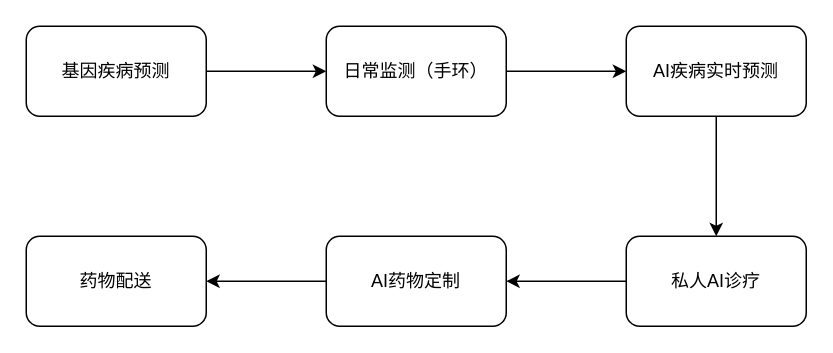
The draw.io diagram Doctor Jarvis业务流程.drawio in x1528045870/x1528045870, before the edit. Source tidied: cells renumbered, new cells numbered last; positions are measured from the earlier drawing's top-left corner, leaving out a move shared by most shapes. Both pictures are drawn from the tidied source at 150%, with x=0, y=0 at pixel (26, 26).
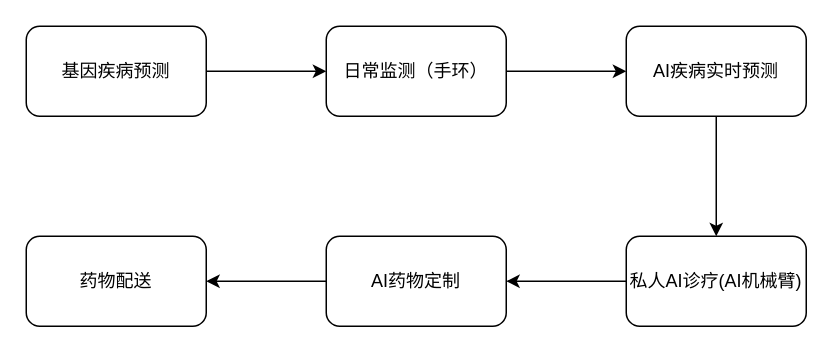
After the change.

Commit message:
更新Doctor Jarvis业务流程.drawio

What changed in the source:
```diff
@@
 <mxGraphModel>
   <root>
     <mxCell id="0" />
     <mxCell id="1" parent="0" />
     <mxCell id="2" style="edgeStyle=orthogonalEdgeStyle;rounded=0;jettySize=auto;html=1;" parent="1" edge="1" source="3" target="5">
       <mxGeometry relative="1" as="geometry" />
     </mxCell>
     <mxCell id="3" value="基因疾病预测" style="rounded=1;whiteSpace=wrap;html=1;" parent="1" vertex="1">
       <mxGeometry width="120" height="60" as="geometry" />
     </mxCell>
     <mxCell id="4" style="edgeStyle=orthogonalEdgeStyle;rounded=0;jettySize=auto;html=1;" parent="1" edge="1" source="5" target="7">
       <mxGeometry relative="1" as="geometry" />
     </mxCell>
     <mxCell id="5" value="日常监测（手环）" style="rounded=1;whiteSpace=wrap;html=1;" parent="1" vertex="1">
       <mxGeometry x="200" width="120" height="60" as="geometry" />
     </mxCell>
     <mxCell id="6" style="edgeStyle=orthogonalEdgeStyle;rounded=0;jettySize=auto;html=1;" parent="1" edge="1" source="7" target="9">
       <mxGeometry relative="1" as="geometry" />
     </mxCell>
     <mxCell id="7" value="AI疾病实时预测" style="whiteSpace=wrap;html=1;rounded=1;" parent="1" vertex="1">
       <mxGeometry x="400" width="120" height="60" as="geometry" />
     </mxCell>
     <mxCell id="8" style="edgeStyle=orthogonalEdgeStyle;rounded=0;jettySize=auto;html=1;" parent="1" edge="1" source="9" target="11">
       <mxGeometry relative="1" as="geometry" />
     </mxCell>
-    <mxCell id="9" value="私人AI诊疗" style="whiteSpace=wrap;html=1;rounded=1;" parent="1" vertex="1">
+    <mxCell id="9" value="私人AI诊疗(AI机械臂)" style="whiteSpace=wrap;html=1;rounded=1;" parent="1" vertex="1">
       <mxGeometry x="400" y="140" width="120" height="60" as="geometry" />
     </mxCell>
     <mxCell id="10" style="edgeStyle=orthogonalEdgeStyle;rounded=0;jettySize=auto;html=1;" parent="1" edge="1" source="11" target="12">
       <mxGeometry relative="1" as="geometry" />
     </mxCell>
     <mxCell id="11" value="AI药物定制" style="whiteSpace=wrap;html=1;rounded=1;" parent="1" vertex="1">
       <mxGeometry x="200" y="140" width="120" height="60" as="geometry" />
     </mxCell>
     <mxCell id="12" value="药物配送" style="whiteSpace=wrap;html=1;rounded=1;" parent="1" vertex="1">
       <mxGeometry y="140" width="120" height="60" as="geometry" />
     </mxCell>
   </root>
 </mxGraphModel>
```
